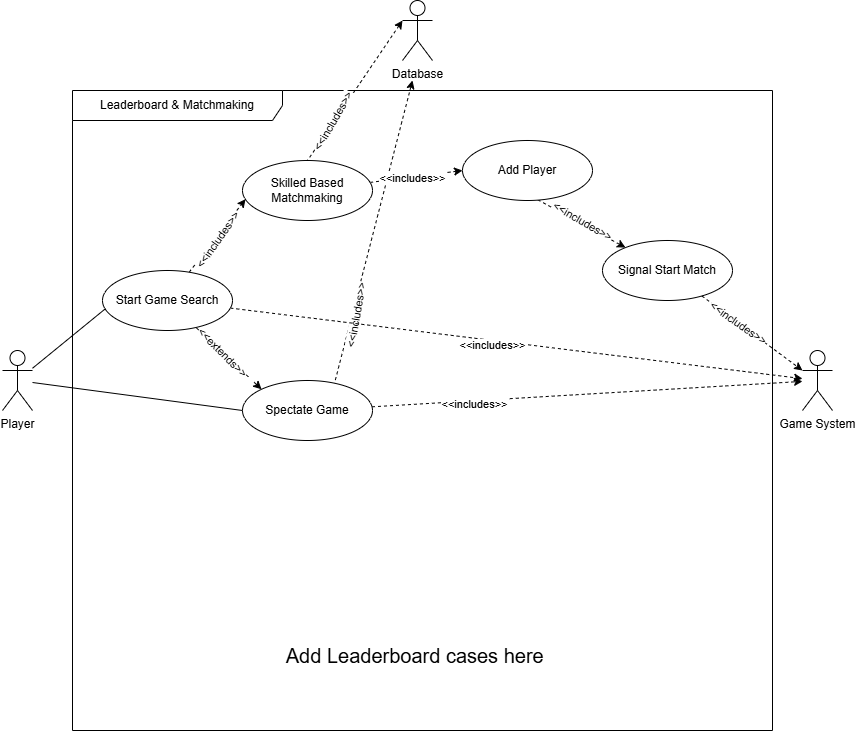
This is iteration1_deliverables/use_case_diagrams/use_case_diagram.png from SarimEkram/Multiplayer-Board-platform, a draw.io export, as it was before one commit. Source tidied: cells renumbered, new cells last; positions are measured from the earlier drawing's top-left corner, leaving out a move shared by most shapes. The source it was exported from:
```xml
<mxGraphModel>
  <root>
    <mxCell id="0" />
    <mxCell id="1" parent="0" />
    <mxCell id="2" value="Leaderboard &amp;amp; Matchmaking" style="shape=umlFrame;whiteSpace=wrap;html=1;width=210;height=30;" parent="1" vertex="1">
      <mxGeometry x="70" y="90" width="700" height="640" as="geometry" />
    </mxCell>
    <mxCell id="3" style="edgeStyle=none;rounded=0;jettySize=auto;html=1;entryX=0.5;entryY=0;entryDx=0;entryDy=0;endArrow=none;startFill=1;exitX=0;exitY=0.3333333333333333;exitDx=0;exitDy=0;exitPerimeter=0;dashed=1;endFill=1;startArrow=classic;" parent="1" edge="1" source="7" target="26">
      <mxGeometry relative="1" as="geometry" />
    </mxCell>
    <mxCell id="4" value="&amp;lt;&amp;lt;includes&amp;gt;&amp;gt;" style="edgeLabel;html=1;align=center;verticalAlign=middle;rotation=-60;" parent="3" vertex="1">
      <mxGeometry x="0.41" y="4" relative="1" as="geometry">
        <mxPoint x="-6" as="offset" />
      </mxGeometry>
    </mxCell>
    <mxCell id="5" style="edgeStyle=none;rounded=0;jettySize=auto;html=1;startArrow=classic;startFill=1;endArrow=none;dashed=1;entryX=0.708;entryY=0.044;entryDx=0;entryDy=0;entryPerimeter=0;endFill=1;" parent="1" edge="1" target="20">
      <mxGeometry relative="1" as="geometry">
        <mxPoint x="410" y="80" as="sourcePoint" />
      </mxGeometry>
    </mxCell>
    <mxCell id="6" value="&amp;lt;&amp;lt;includes&amp;gt;&amp;gt;" style="edgeLabel;html=1;align=center;verticalAlign=middle;rotation=-80;" parent="5" vertex="1">
      <mxGeometry x="0.5" y="4" relative="1" as="geometry">
        <mxPoint x="-2" y="7" as="offset" />
      </mxGeometry>
    </mxCell>
    <mxCell id="7" value="Database" style="shape=umlActor;verticalLabelPosition=bottom;verticalAlign=top;html=1;outlineConnect=0;" parent="1" vertex="1">
      <mxGeometry x="400" width="30" height="60" as="geometry" />
    </mxCell>
    <mxCell id="8" value="Game System" style="shape=umlActor;verticalLabelPosition=bottom;verticalAlign=top;html=1;outlineConnect=0;" parent="1" vertex="1">
      <mxGeometry x="800" y="350" width="30" height="60" as="geometry" />
    </mxCell>
    <mxCell id="9" style="edgeStyle=none;rounded=0;jettySize=auto;html=1;entryX=0;entryY=0.5;entryDx=0;entryDy=0;endArrow=none;startFill=0;" parent="1" edge="1" source="10" target="20">
      <mxGeometry relative="1" as="geometry" />
    </mxCell>
    <mxCell id="10" value="Player" style="shape=umlActor;verticalLabelPosition=bottom;verticalAlign=top;html=1;outlineConnect=0;" parent="1" vertex="1">
      <mxGeometry y="350" width="30" height="60" as="geometry" />
    </mxCell>
    <mxCell id="11" style="edgeStyle=none;rounded=0;jettySize=auto;html=1;entryX=0.023;entryY=0.645;entryDx=0;entryDy=0;endArrow=classic;startFill=0;entryPerimeter=0;endFill=1;dashed=1;" parent="1" edge="1" source="17" target="26">
      <mxGeometry relative="1" as="geometry" />
    </mxCell>
    <mxCell id="12" value="&amp;lt;&amp;lt;includes&amp;gt;&amp;gt;" style="edgeLabel;html=1;align=center;verticalAlign=middle;rotation=-55;" parent="11" vertex="1">
      <mxGeometry x="-0.09" y="-3" relative="1" as="geometry" />
    </mxCell>
    <mxCell id="13" style="edgeStyle=none;rounded=0;jettySize=auto;html=1;endArrow=classic;startFill=0;startArrow=none;dashed=1;endFill=1;" parent="1" edge="1" source="17" target="8">
      <mxGeometry relative="1" as="geometry" />
    </mxCell>
    <mxCell id="14" value="&amp;lt;&amp;lt;includes&amp;gt;&amp;gt;" style="edgeLabel;html=1;align=center;verticalAlign=middle;" parent="13" vertex="1">
      <mxGeometry x="-0.08" y="-4" relative="1" as="geometry" />
    </mxCell>
    <mxCell id="15" style="edgeStyle=none;rounded=0;jettySize=auto;html=1;entryX=0;entryY=0;entryDx=0;entryDy=0;dashed=1;dashPattern=8 8;" parent="1" edge="1" source="17" target="20">
      <mxGeometry relative="1" as="geometry" />
    </mxCell>
    <mxCell id="16" value="&amp;lt;&amp;lt;extends&amp;gt;&amp;gt;" style="edgeLabel;html=1;align=center;verticalAlign=middle;rotation=45;" parent="15" vertex="1">
      <mxGeometry x="-0.21" relative="1" as="geometry">
        <mxPoint x="1" as="offset" />
      </mxGeometry>
    </mxCell>
    <mxCell id="17" value="Start Game Search" style="ellipse;whiteSpace=wrap;html=1;" parent="1" vertex="1">
      <mxGeometry x="100" y="270" width="130" height="60" as="geometry" />
    </mxCell>
    <mxCell id="18" style="edgeStyle=none;rounded=0;jettySize=auto;html=1;dashed=1;" parent="1" edge="1" source="20" target="8">
      <mxGeometry relative="1" as="geometry" />
    </mxCell>
    <mxCell id="19" value="&amp;lt;&amp;lt;includes&amp;gt;&amp;gt;" style="edgeLabel;html=1;align=center;verticalAlign=middle;" parent="18" vertex="1">
      <mxGeometry x="-0.53" y="-3" relative="1" as="geometry" />
    </mxCell>
    <mxCell id="20" value="Spectate Game" style="ellipse;whiteSpace=wrap;html=1;" parent="1" vertex="1">
      <mxGeometry x="240" y="380" width="130" height="60" as="geometry" />
    </mxCell>
    <mxCell id="21" style="edgeStyle=none;rounded=0;jettySize=auto;html=1;endArrow=none;startFill=0;entryX=0.022;entryY=0.638;entryDx=0;entryDy=0;entryPerimeter=0;" parent="1" edge="1" source="10" target="17">
      <mxGeometry relative="1" as="geometry" />
    </mxCell>
    <mxCell id="22" style="edgeStyle=none;rounded=0;jettySize=auto;html=1;dashed=1;exitX=0.579;exitY=0.988;exitDx=0;exitDy=0;exitPerimeter=0;" parent="1" edge="1" source="27" target="28">
      <mxGeometry relative="1" as="geometry" />
    </mxCell>
    <mxCell id="23" value="&amp;lt;&amp;lt;includes&amp;gt;&amp;gt;" style="edgeLabel;html=1;align=center;verticalAlign=middle;rotation=30;" parent="22" vertex="1">
      <mxGeometry x="-0.2" y="-3" relative="1" as="geometry">
        <mxPoint x="11" y="-1" as="offset" />
      </mxGeometry>
    </mxCell>
    <mxCell id="24" style="edgeStyle=none;rounded=0;jettySize=auto;html=1;entryX=0;entryY=0.5;entryDx=0;entryDy=0;dashed=1;" parent="1" edge="1" source="26" target="27">
      <mxGeometry relative="1" as="geometry" />
    </mxCell>
    <mxCell id="25" value="&amp;lt;&amp;lt;includes&amp;gt;&amp;gt;" style="edgeLabel;html=1;align=center;verticalAlign=middle;" parent="24" vertex="1">
      <mxGeometry x="-0.12" y="-1" relative="1" as="geometry" />
    </mxCell>
    <mxCell id="26" value="Skilled Based Matchmaking" style="ellipse;whiteSpace=wrap;html=1;" parent="1" vertex="1">
      <mxGeometry x="240" y="160" width="130" height="60" as="geometry" />
    </mxCell>
    <mxCell id="27" value="Add Player" style="ellipse;whiteSpace=wrap;html=1;" parent="1" vertex="1">
      <mxGeometry x="460" y="140" width="130" height="60" as="geometry" />
    </mxCell>
    <mxCell id="28" value="Signal Start Match" style="ellipse;whiteSpace=wrap;html=1;" parent="1" vertex="1">
      <mxGeometry x="600" y="240" width="130" height="60" as="geometry" />
    </mxCell>
    <mxCell id="29" style="edgeStyle=none;rounded=0;jettySize=auto;html=1;entryX=0;entryY=0.3333333333333333;entryDx=0;entryDy=0;entryPerimeter=0;dashed=1;" parent="1" edge="1" source="28" target="8">
      <mxGeometry relative="1" as="geometry" />
    </mxCell>
    <mxCell id="30" value="&amp;lt;&amp;lt;includes&amp;gt;&amp;gt;" style="edgeLabel;html=1;align=center;verticalAlign=middle;rotation=35;" parent="29" vertex="1">
      <mxGeometry x="-0.28" y="1" relative="1" as="geometry" />
    </mxCell>
    <mxCell id="31" value="&lt;font style=&quot;font-size: 20px;&quot;&gt;Add Leaderboard cases here&amp;nbsp;&lt;/font&gt;" style="text;html=1;align=center;verticalAlign=middle;strokeColor=none;fillColor=none;" parent="1" vertex="1">
      <mxGeometry x="270" y="635" width="290" height="40" as="geometry" />
    </mxCell>
  </root>
</mxGraphModel>
```
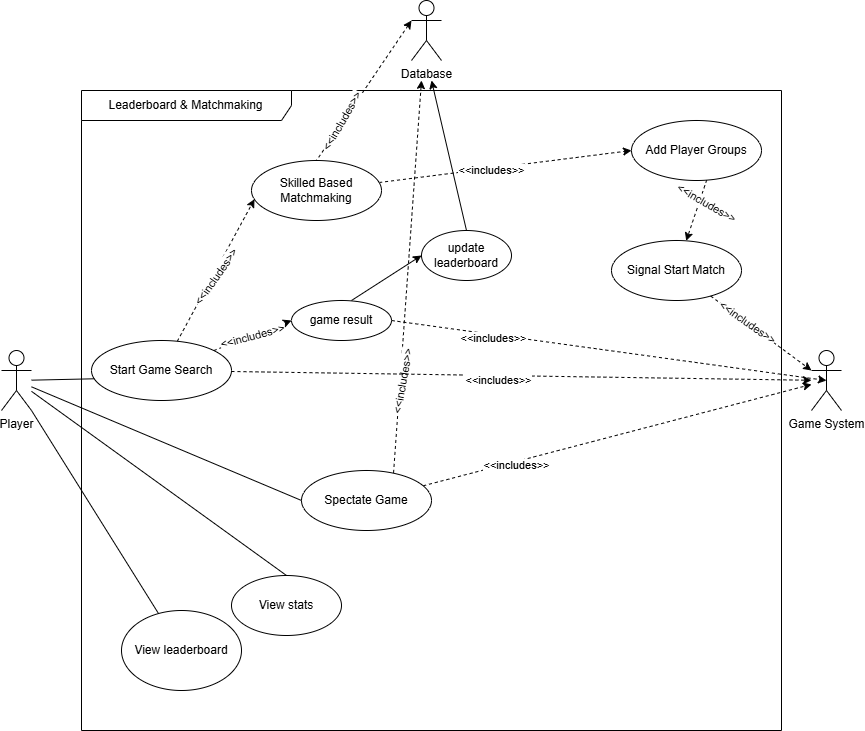
Later version of the same file.

Commit message:
Added proper dimension image for the diagram

Diff of the diagram source:
```diff
@@ -33,7 +33,7 @@
       <mxGeometry relative="1" as="geometry" />
     </mxCell>
     <mxCell id="10" value="Player" style="shape=umlActor;verticalLabelPosition=bottom;verticalAlign=top;html=1;outlineConnect=0;" parent="1" vertex="1">
-      <mxGeometry y="350" width="30" height="60" as="geometry" />
+      <mxGeometry x="-10" y="350" width="30" height="60" as="geometry" />
     </mxCell>
     <mxCell id="11" style="edgeStyle=none;rounded=0;jettySize=auto;html=1;entryX=0.023;entryY=0.645;entryDx=0;entryDy=0;endArrow=classic;startFill=0;entryPerimeter=0;endFill=1;dashed=1;" parent="1" edge="1" source="17" target="26">
       <mxGeometry relative="1" as="geometry" />
@@ -47,16 +47,8 @@
     <mxCell id="14" value="&amp;lt;&amp;lt;includes&amp;gt;&amp;gt;" style="edgeLabel;html=1;align=center;verticalAlign=middle;" parent="13" vertex="1">
       <mxGeometry x="-0.08" y="-4" relative="1" as="geometry" />
     </mxCell>
-    <mxCell id="15" style="edgeStyle=none;rounded=0;jettySize=auto;html=1;entryX=0;entryY=0;entryDx=0;entryDy=0;dashed=1;dashPattern=8 8;" parent="1" edge="1" source="17" target="20">
-      <mxGeometry relative="1" as="geometry" />
-    </mxCell>
-    <mxCell id="16" value="&amp;lt;&amp;lt;extends&amp;gt;&amp;gt;" style="edgeLabel;html=1;align=center;verticalAlign=middle;rotation=45;" parent="15" vertex="1">
-      <mxGeometry x="-0.21" relative="1" as="geometry">
-        <mxPoint x="1" as="offset" />
-      </mxGeometry>
-    </mxCell>
     <mxCell id="17" value="Start Game Search" style="ellipse;whiteSpace=wrap;html=1;" parent="1" vertex="1">
-      <mxGeometry x="100" y="270" width="130" height="60" as="geometry" />
+      <mxGeometry x="80" y="340" width="140" height="60" as="geometry" />
     </mxCell>
     <mxCell id="18" style="edgeStyle=none;rounded=0;jettySize=auto;html=1;dashed=1;" parent="1" edge="1" source="20" target="8">
       <mxGeometry relative="1" as="geometry" />
@@ -65,7 +57,7 @@
       <mxGeometry x="-0.53" y="-3" relative="1" as="geometry" />
     </mxCell>
     <mxCell id="20" value="Spectate Game" style="ellipse;whiteSpace=wrap;html=1;" parent="1" vertex="1">
-      <mxGeometry x="240" y="380" width="130" height="60" as="geometry" />
+      <mxGeometry x="290" y="470" width="130" height="60" as="geometry" />
     </mxCell>
     <mxCell id="21" style="edgeStyle=none;rounded=0;jettySize=auto;html=1;endArrow=none;startFill=0;entryX=0.022;entryY=0.638;entryDx=0;entryDy=0;entryPerimeter=0;" parent="1" edge="1" source="10" target="17">
       <mxGeometry relative="1" as="geometry" />
@@ -87,8 +79,8 @@
     <mxCell id="26" value="Skilled Based Matchmaking" style="ellipse;whiteSpace=wrap;html=1;" parent="1" vertex="1">
       <mxGeometry x="240" y="160" width="130" height="60" as="geometry" />
     </mxCell>
-    <mxCell id="27" value="Add Player" style="ellipse;whiteSpace=wrap;html=1;" parent="1" vertex="1">
-      <mxGeometry x="460" y="140" width="130" height="60" as="geometry" />
+    <mxCell id="27" value="Add Player Groups" style="ellipse;whiteSpace=wrap;html=1;" parent="1" vertex="1">
+      <mxGeometry x="620" y="120" width="130" height="60" as="geometry" />
     </mxCell>
     <mxCell id="28" value="Signal Start Match" style="ellipse;whiteSpace=wrap;html=1;" parent="1" vertex="1">
       <mxGeometry x="600" y="240" width="130" height="60" as="geometry" />
@@ -99,8 +91,47 @@
     <mxCell id="30" value="&amp;lt;&amp;lt;includes&amp;gt;&amp;gt;" style="edgeLabel;html=1;align=center;verticalAlign=middle;rotation=35;" parent="29" vertex="1">
       <mxGeometry x="-0.28" y="1" relative="1" as="geometry" />
     </mxCell>
-    <mxCell id="31" value="&lt;font style=&quot;font-size: 20px;&quot;&gt;Add Leaderboard cases here&amp;nbsp;&lt;/font&gt;" style="text;html=1;align=center;verticalAlign=middle;strokeColor=none;fillColor=none;" parent="1" vertex="1">
-      <mxGeometry x="270" y="635" width="290" height="40" as="geometry" />
-    </mxCell>
+    <mxCell id="32" style="edgeStyle=none;rounded=0;jettySize=auto;html=1;endArrow=none;startFill=0;entryX=0.5;entryY=0;entryDx=0;entryDy=0;" parent="1" edge="1" source="10" target="33">
+      <mxGeometry relative="1" as="geometry" />
+    </mxCell>
+    <mxCell id="33" value="View stats" style="ellipse;whiteSpace=wrap;html=1;" parent="1" vertex="1">
+      <mxGeometry x="220" y="575" width="110" height="60" as="geometry" />
+    </mxCell>
+    <mxCell id="34" style="edgeStyle=none;rounded=0;jettySize=auto;html=1;endArrow=none;startFill=0;exitX=1;exitY=1;exitDx=0;exitDy=0;exitPerimeter=0;" parent="1" edge="1" source="10" target="35">
+      <mxGeometry relative="1" as="geometry" />
+    </mxCell>
+    <mxCell id="35" value="View leaderboard" style="ellipse;whiteSpace=wrap;html=1;" parent="1" vertex="1">
+      <mxGeometry x="110" y="610" width="120" height="80" as="geometry" />
+    </mxCell>
+    <mxCell id="36" style="edgeStyle=none;rounded=0;jettySize=auto;html=1;entryDx=0;entryDy=0;endArrow=classic;startFill=0;endFill=1;dashed=1;entryX=0;entryY=0.5;" parent="1" edge="1" source="17" target="38">
+      <mxGeometry relative="1" as="geometry" />
+    </mxCell>
+    <mxCell id="37" value="&amp;lt;&amp;lt;includes&amp;gt;&amp;gt;" style="edgeLabel;html=1;align=center;verticalAlign=middle;rotation=-15;" parent="36" vertex="1">
+      <mxGeometry x="-0.09" y="-3" relative="1" as="geometry">
+        <mxPoint x="1" y="-4" as="offset" />
+      </mxGeometry>
+    </mxCell>
+    <mxCell id="38" value="game result" style="ellipse;whiteSpace=wrap;html=1;" parent="1" vertex="1">
+      <mxGeometry x="280" y="300" width="100" height="40" as="geometry" />
+    </mxCell>
+    <mxCell id="39" value="update leaderboard" style="ellipse;whiteSpace=wrap;html=1;" parent="1" vertex="1">
+      <mxGeometry x="410" y="230" width="90" height="50" as="geometry" />
+    </mxCell>
+    <mxCell id="40" style="endArrow=classic;html=1;rounded=0;entryX=0;entryY=0.5;entryDx=0;entryDy=0;" parent="1" edge="1" target="39">
+      <mxGeometry relative="1" as="geometry">
+        <mxPoint x="340" y="300" as="sourcePoint" />
+      </mxGeometry>
+    </mxCell>
+    <mxCell id="41" style="endArrow=classic;html=1;rounded=0;exitX=0.5;exitY=0;exitDx=0;exitDy=0;" parent="1" edge="1" source="39">
+      <mxGeometry relative="1" as="geometry">
+        <mxPoint x="420" y="80" as="targetPoint" />
+      </mxGeometry>
+    </mxCell>
+    <mxCell id="42" style="edgeStyle=none;rounded=0;jettySize=auto;html=1;dashed=1;exitX=1;exitY=0.5;exitDx=0;exitDy=0;entryX=0.5;entryY=0.5;entryDx=0;entryDy=0;entryPerimeter=0;" parent="1" edge="1" source="38" target="8">
+      <mxGeometry relative="1" as="geometry" />
+    </mxCell>
+    <mxCell id="43" value="&amp;lt;&amp;lt;includes&amp;gt;&amp;gt;" style="edgeLabel;html=1;align=center;verticalAlign=middle;" parent="42" vertex="1">
+      <mxGeometry x="-0.53" y="-3" relative="1" as="geometry" />
+    </mxCell>
   </root>
 </mxGraphModel>
```
